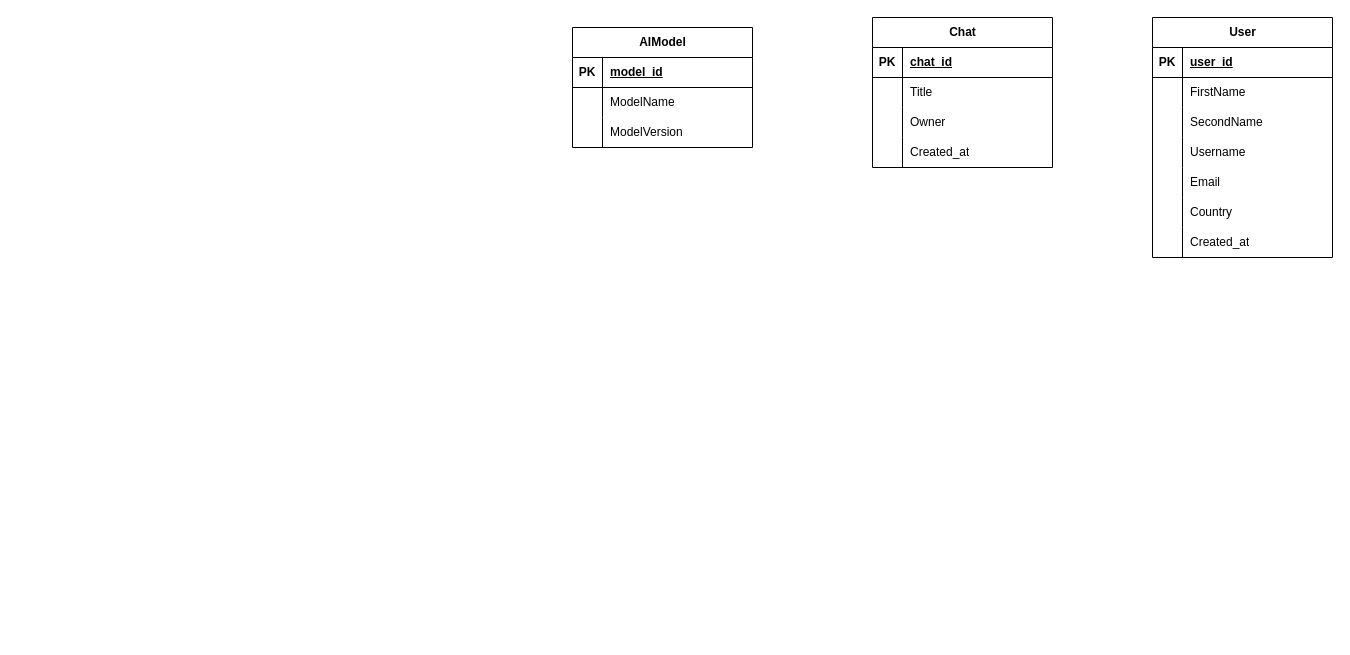
Before: semestr4/Database organization/labs/lab1/ERD_test.drawio in davidchyk/university_roadmap, a draw.io diagram. Source tidied: cells renumbered, new cells numbered last; positions are measured from the earlier drawing's top-left corner, leaving out a move shared by most shapes. Both pictures are drawn from the tidied source at 100%, with x=0, y=0 at pixel (572, 17).
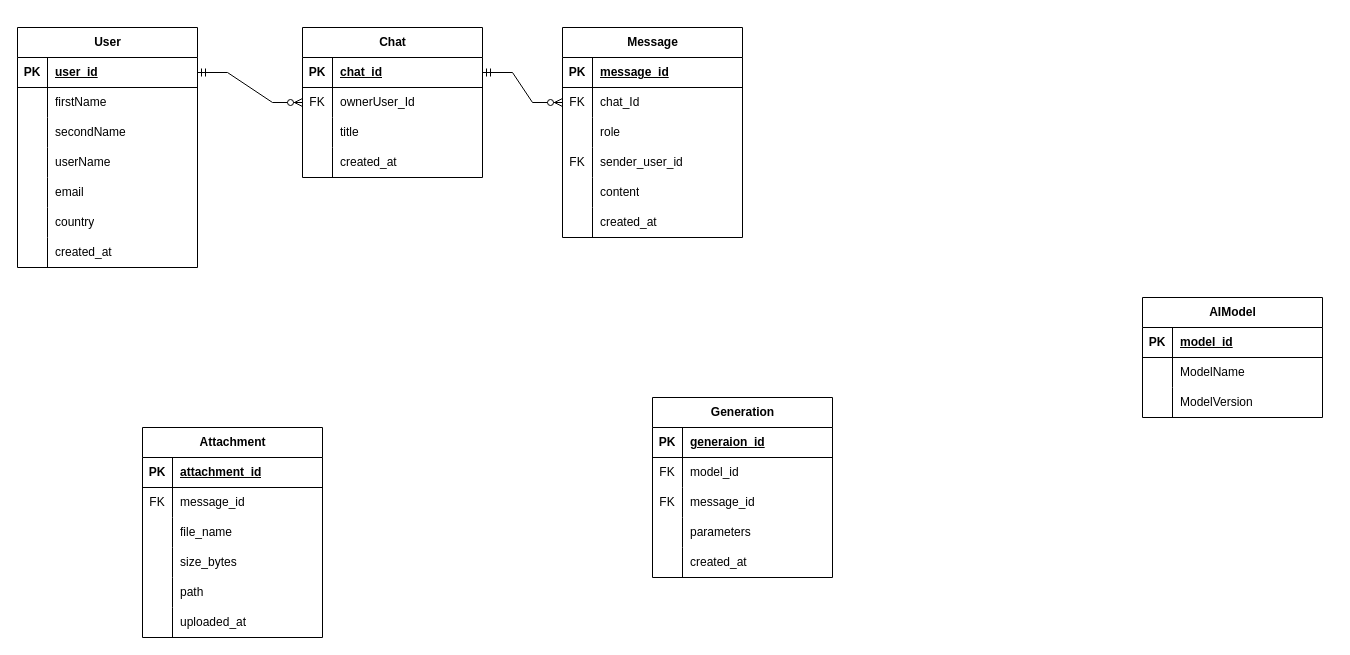
The same diagram, later.

Commit message (it also covers changes not shown here):
.gitignore (added glob *.dtmp), CA1: 1st kolok, db: stashed er diagram

The change refers to these unchanged cells:
```xml
<mxCell id="3" style="shape=tableRow;horizontal=0;startSize=0;swimlaneHead=0;swimlaneBody=0;fillColor=none;points=[[0,0.5],[1,0.5]];portConstraint=eastwest;top=0;left=0;right=0;bottom=1;" parent="2" vertex="1">
  <mxGeometry y="30" width="180" height="30" as="geometry" />
</mxCell>
<mxCell id="6" style="shape=tableRow;horizontal=0;startSize=0;swimlaneHead=0;swimlaneBody=0;fillColor=none;top=0;left=0;right=0;bottom=0;" parent="2" vertex="1">
  <mxGeometry y="60" width="180" height="30" as="geometry" />
</mxCell>
<mxCell id="9" style="shape=tableRow;horizontal=0;startSize=0;swimlaneHead=0;swimlaneBody=0;fillColor=none;top=0;left=0;right=0;bottom=0;" parent="2" vertex="1">
  <mxGeometry y="90" width="180" height="30" as="geometry" />
</mxCell>
<mxCell id="12" style="shape=tableRow;horizontal=0;startSize=0;swimlaneHead=0;swimlaneBody=0;fillColor=none;top=0;left=0;right=0;bottom=0;" parent="2" vertex="1">
  <mxGeometry y="120" width="180" height="30" as="geometry" />
</mxCell>
<mxCell id="15" style="shape=tableRow;horizontal=0;startSize=0;swimlaneHead=0;swimlaneBody=0;fillColor=none;top=0;left=0;right=0;bottom=0;" parent="2" vertex="1">
  <mxGeometry y="150" width="180" height="30" as="geometry" />
</mxCell>
<mxCell id="18" style="shape=tableRow;horizontal=0;startSize=0;swimlaneHead=0;swimlaneBody=0;fillColor=none;top=0;left=0;right=0;bottom=0;" parent="2" vertex="1">
  <mxGeometry y="180" width="180" height="30" as="geometry" />
</mxCell>
<mxCell id="21" style="shape=tableRow;horizontal=0;startSize=0;swimlaneHead=0;swimlaneBody=0;fillColor=none;top=0;left=0;right=0;bottom=0;" parent="2" vertex="1">
  <mxGeometry y="210" width="180" height="30" as="geometry" />
</mxCell>
<mxCell id="35" style="shape=tableRow;horizontal=0;startSize=0;swimlaneHead=0;swimlaneBody=0;fillColor=none;points=[[0,0.5],[1,0.5]];portConstraint=eastwest;top=0;left=0;right=0;bottom=1;" parent="34" vertex="1">
  <mxGeometry y="30" width="180" height="30" as="geometry" />
</mxCell>
<mxCell id="38" style="shape=tableRow;horizontal=0;startSize=0;swimlaneHead=0;swimlaneBody=0;fillColor=none;points=[[0,0.5],[1,0.5]];portConstraint=eastwest;top=0;left=0;right=0;bottom=0;" parent="34" vertex="1">
  <mxGeometry y="60" width="180" height="30" as="geometry" />
</mxCell>
<mxCell id="41" style="shape=tableRow;horizontal=0;startSize=0;swimlaneHead=0;swimlaneBody=0;fillColor=none;top=0;left=0;right=0;bottom=0;" parent="34" vertex="1">
  <mxGeometry y="90" width="180" height="30" as="geometry" />
</mxCell>
<mxCell id="44" style="shape=tableRow;horizontal=0;startSize=0;swimlaneHead=0;swimlaneBody=0;fillColor=none;top=0;left=0;right=0;bottom=0;" parent="34" vertex="1">
  <mxGeometry y="120" width="180" height="30" as="geometry" />
</mxCell>
```

Change to the diagram source:
```diff
@@
     <mxCell id="2" value="User" style="shape=table;startSize=30;childLayout=tableLayout;rowLines=0;fontStyle=1;align=center;html=1;" parent="1" vertex="1">
-      <mxGeometry x="580" width="180" height="240" as="geometry" />
+      <mxGeometry x="-555" y="10" width="180" height="240" as="geometry" />
     </mxCell>
@@
-    <mxCell id="8" value="FirstName" style="shape=partialRectangle;fillColor=none;top=0;left=0;bottom=0;right=0;align=left;spacingLeft=6;overflow=hidden;whiteSpace=wrap;html=1;" parent="6" vertex="1">
+    <mxCell id="8" value="firstName" style="shape=partialRectangle;fillColor=none;top=0;left=0;bottom=0;right=0;align=left;spacingLeft=6;overflow=hidden;whiteSpace=wrap;html=1;" parent="6" vertex="1">
       <mxGeometry x="30" width="150" height="30" as="geometry" />
     </mxCell>
@@
-    <mxCell id="11" value="SecondName" style="shape=partialRectangle;fillColor=none;top=0;left=0;bottom=0;right=0;align=left;spacingLeft=6;overflow=hidden;whiteSpace=wrap;html=1;" parent="9" vertex="1">
+    <mxCell id="11" value="secondName" style="shape=partialRectangle;fillColor=none;top=0;left=0;bottom=0;right=0;align=left;spacingLeft=6;overflow=hidden;whiteSpace=wrap;html=1;" parent="9" vertex="1">
       <mxGeometry x="30" width="150" height="30" as="geometry" />
     </mxCell>
@@
-    <mxCell id="14" value="Username" style="shape=partialRectangle;fillColor=none;top=0;left=0;bottom=0;right=0;align=left;spacingLeft=6;overflow=hidden;whiteSpace=wrap;html=1;" parent="12" vertex="1">
+    <mxCell id="14" value="userName" style="shape=partialRectangle;fillColor=none;top=0;left=0;bottom=0;right=0;align=left;spacingLeft=6;overflow=hidden;whiteSpace=wrap;html=1;" parent="12" vertex="1">
       <mxGeometry x="30" width="150" height="30" as="geometry" />
     </mxCell>
@@
-    <mxCell id="17" value="Email" style="shape=partialRectangle;fillColor=none;top=0;left=0;bottom=0;right=0;align=left;spacingLeft=6;overflow=hidden;whiteSpace=wrap;html=1;" parent="15" vertex="1">
+    <mxCell id="17" value="e&lt;span style=&quot;background-color: transparent; color: light-dark(rgb(0, 0, 0), rgb(255, 255, 255));&quot;&gt;mail&lt;/span&gt;" style="shape=partialRectangle;fillColor=none;top=0;left=0;bottom=0;right=0;align=left;spacingLeft=6;overflow=hidden;whiteSpace=wrap;html=1;" parent="15" vertex="1">
       <mxGeometry x="30" width="150" height="30" as="geometry" />
     </mxCell>
@@
-    <mxCell id="20" value="Country" style="shape=partialRectangle;fillColor=none;top=0;left=0;bottom=0;right=0;align=left;spacingLeft=6;overflow=hidden;whiteSpace=wrap;html=1;" parent="18" vertex="1">
+    <mxCell id="20" value="country" style="shape=partialRectangle;fillColor=none;top=0;left=0;bottom=0;right=0;align=left;spacingLeft=6;overflow=hidden;whiteSpace=wrap;html=1;" parent="18" vertex="1">
       <mxGeometry x="30" width="150" height="30" as="geometry" />
     </mxCell>
@@
-    <mxCell id="23" value="Created_at" style="shape=partialRectangle;fillColor=none;top=0;left=0;bottom=0;right=0;align=left;spacingLeft=6;overflow=hidden;whiteSpace=wrap;html=1;" parent="21" vertex="1">
+    <mxCell id="23" value="created_at" style="shape=partialRectangle;fillColor=none;top=0;left=0;bottom=0;right=0;align=left;spacingLeft=6;overflow=hidden;whiteSpace=wrap;html=1;" parent="21" vertex="1">
       <mxGeometry x="30" width="150" height="30" as="geometry" />
     </mxCell>
     <mxCell id="24" value="AIModel" style="shape=table;startSize=30;childLayout=tableLayout;rowLines=0;fontStyle=1;align=center;html=1;" parent="1" vertex="1">
-      <mxGeometry y="10" width="180" height="120" as="geometry" />
+      <mxGeometry x="570" y="280" width="180" height="120" as="geometry" />
     </mxCell>
@@
     <mxCell id="34" value="Chat" style="shape=table;startSize=30;childLayout=tableLayout;rowLines=0;fontStyle=1;align=center;html=1;" parent="1" vertex="1">
-      <mxGeometry x="300" width="180" height="150" as="geometry" />
+      <mxGeometry x="-270" y="10" width="180" height="150" as="geometry" />
     </mxCell>
@@
-    <mxCell id="39" style="shape=partialRectangle;fillColor=none;top=0;left=0;bottom=0;right=0;overflow=hidden;whiteSpace=wrap;html=1;" parent="38" vertex="1">
+    <mxCell id="39" value="FK" style="shape=partialRectangle;fillColor=none;top=0;left=0;bottom=0;right=0;overflow=hidden;whiteSpace=wrap;html=1;" parent="38" vertex="1">
       <mxGeometry width="30" height="30" as="geometry" />
     </mxCell>
-    <mxCell id="40" value="Title" style="shape=partialRectangle;fillColor=none;top=0;left=0;bottom=0;right=0;align=left;spacingLeft=6;overflow=hidden;whiteSpace=wrap;html=1;" parent="38" vertex="1">
+    <mxCell id="40" value="ownerUser_Id" style="shape=partialRectangle;fillColor=none;top=0;left=0;bottom=0;right=0;align=left;spacingLeft=6;overflow=hidden;whiteSpace=wrap;html=1;" parent="38" vertex="1">
       <mxGeometry x="30" width="150" height="30" as="geometry" />
     </mxCell>
@@
-    <mxCell id="43" value="Owner" style="shape=partialRectangle;fillColor=none;top=0;left=0;bottom=0;right=0;align=left;spacingLeft=6;overflow=hidden;whiteSpace=wrap;html=1;" parent="41" vertex="1">
+    <mxCell id="43" value="title" style="shape=partialRectangle;fillColor=none;top=0;left=0;bottom=0;right=0;align=left;spacingLeft=6;overflow=hidden;whiteSpace=wrap;html=1;" parent="41" vertex="1">
       <mxGeometry x="30" width="150" height="30" as="geometry" />
     </mxCell>
@@
-    <mxCell id="46" value="Created_at" style="shape=partialRectangle;fillColor=none;top=0;left=0;bottom=0;right=0;align=left;spacingLeft=6;overflow=hidden;whiteSpace=wrap;html=1;" parent="44" vertex="1">
+    <mxCell id="46" value="created_at" style="shape=partialRectangle;fillColor=none;top=0;left=0;bottom=0;right=0;align=left;spacingLeft=6;overflow=hidden;whiteSpace=wrap;html=1;" parent="44" vertex="1">
       <mxGeometry x="30" width="150" height="30" as="geometry" />
     </mxCell>
+    <mxCell id="47" value="Message" style="shape=table;startSize=30;childLayout=tableLayout;rowLines=0;fontStyle=1;align=center;html=1;" parent="1" vertex="1">
+      <mxGeometry x="-10" y="10" width="180" height="210" as="geometry" />
+    </mxCell>
+    <mxCell id="48" style="shape=tableRow;horizontal=0;startSize=0;swimlaneHead=0;swimlaneBody=0;fillColor=none;top=0;left=0;right=0;bottom=1;" parent="47" vertex="1">
+      <mxGeometry y="30" width="180" height="30" as="geometry" />
+    </mxCell>
+    <mxCell id="49" value="PK" style="shape=partialRectangle;fillColor=none;top=0;left=0;bottom=0;right=0;fontStyle=1;overflow=hidden;whiteSpace=wrap;html=1;" parent="48" vertex="1">
+      <mxGeometry width="30" height="30" as="geometry" />
+    </mxCell>
+    <mxCell id="50" value="message_id" style="shape=partialRectangle;fillColor=none;top=0;left=0;bottom=0;right=0;align=left;spacingLeft=6;fontStyle=5;overflow=hidden;whiteSpace=wrap;html=1;" parent="48" vertex="1">
+      <mxGeometry x="30" width="150" height="30" as="geometry" />
+    </mxCell>
+    <mxCell id="51" style="shape=tableRow;horizontal=0;startSize=0;swimlaneHead=0;swimlaneBody=0;fillColor=none;points=[[0,0.5],[1,0.5]];portConstraint=eastwest;top=0;left=0;right=0;bottom=0;" parent="47" vertex="1">
+      <mxGeometry y="60" width="180" height="30" as="geometry" />
+    </mxCell>
+    <mxCell id="52" value="FK" style="shape=partialRectangle;fillColor=none;top=0;left=0;bottom=0;right=0;overflow=hidden;whiteSpace=wrap;html=1;" parent="51" vertex="1">
+      <mxGeometry width="30" height="30" as="geometry" />
+    </mxCell>
+    <mxCell id="53" value="chat_Id " style="shape=partialRectangle;fillColor=none;top=0;left=0;bottom=0;right=0;align=left;spacingLeft=6;overflow=hidden;whiteSpace=wrap;html=1;" parent="51" vertex="1">
+      <mxGeometry x="30" width="150" height="30" as="geometry" />
+    </mxCell>
+    <mxCell id="54" style="shape=tableRow;horizontal=0;startSize=0;swimlaneHead=0;swimlaneBody=0;fillColor=none;top=0;left=0;right=0;bottom=0;" parent="47" vertex="1">
+      <mxGeometry y="90" width="180" height="30" as="geometry" />
+    </mxCell>
+    <mxCell id="55" style="shape=partialRectangle;fillColor=none;top=0;left=0;bottom=0;right=0;overflow=hidden;whiteSpace=wrap;html=1;" parent="54" vertex="1">
+      <mxGeometry width="30" height="30" as="geometry" />
+    </mxCell>
+    <mxCell id="56" value="role" style="shape=partialRectangle;fillColor=none;top=0;left=0;bottom=0;right=0;align=left;spacingLeft=6;overflow=hidden;whiteSpace=wrap;html=1;" parent="54" vertex="1">
+      <mxGeometry x="30" width="150" height="30" as="geometry" />
+    </mxCell>
+    <mxCell id="57" style="shape=tableRow;horizontal=0;startSize=0;swimlaneHead=0;swimlaneBody=0;fillColor=none;top=0;left=0;right=0;bottom=0;" parent="47" vertex="1">
+      <mxGeometry y="120" width="180" height="30" as="geometry" />
+    </mxCell>
+    <mxCell id="58" value="FK" style="shape=partialRectangle;fillColor=none;top=0;left=0;bottom=0;right=0;overflow=hidden;whiteSpace=wrap;html=1;" parent="57" vertex="1">
+      <mxGeometry width="30" height="30" as="geometry" />
+    </mxCell>
+    <mxCell id="59" value="sender_user_id" style="shape=partialRectangle;fillColor=none;top=0;left=0;bottom=0;right=0;align=left;spacingLeft=6;overflow=hidden;whiteSpace=wrap;html=1;" parent="57" vertex="1">
+      <mxGeometry x="30" width="150" height="30" as="geometry" />
+    </mxCell>
+    <mxCell id="60" style="shape=tableRow;horizontal=0;startSize=0;swimlaneHead=0;swimlaneBody=0;fillColor=none;top=0;left=0;right=0;bottom=0;" parent="47" vertex="1">
+      <mxGeometry y="150" width="180" height="30" as="geometry" />
+    </mxCell>
+    <mxCell id="61" style="shape=partialRectangle;fillColor=none;top=0;left=0;bottom=0;right=0;overflow=hidden;whiteSpace=wrap;html=1;" parent="60" vertex="1">
+      <mxGeometry width="30" height="30" as="geometry" />
+    </mxCell>
+    <mxCell id="62" value="content" style="shape=partialRectangle;fillColor=none;top=0;left=0;bottom=0;right=0;align=left;spacingLeft=6;overflow=hidden;whiteSpace=wrap;html=1;" parent="60" vertex="1">
+      <mxGeometry x="30" width="150" height="30" as="geometry" />
+    </mxCell>
+    <mxCell id="63" style="shape=tableRow;horizontal=0;startSize=0;swimlaneHead=0;swimlaneBody=0;fillColor=none;top=0;left=0;right=0;bottom=0;" parent="47" vertex="1">
+      <mxGeometry y="180" width="180" height="30" as="geometry" />
+    </mxCell>
+    <mxCell id="64" style="shape=partialRectangle;fillColor=none;top=0;left=0;bottom=0;right=0;overflow=hidden;whiteSpace=wrap;html=1;" parent="63" vertex="1">
+      <mxGeometry width="30" height="30" as="geometry" />
+    </mxCell>
+    <mxCell id="65" value="created_at" style="shape=partialRectangle;fillColor=none;top=0;left=0;bottom=0;right=0;align=left;spacingLeft=6;overflow=hidden;whiteSpace=wrap;html=1;" parent="63" vertex="1">
+      <mxGeometry x="30" width="150" height="30" as="geometry" />
+    </mxCell>
+    <mxCell id="66" value="Attachment" style="shape=table;startSize=30;childLayout=tableLayout;rowLines=0;fontStyle=1;align=center;html=1;" parent="1" vertex="1">
+      <mxGeometry x="-430" y="410" width="180" height="210" as="geometry" />
+    </mxCell>
+    <mxCell id="67" style="shape=tableRow;horizontal=0;startSize=0;swimlaneHead=0;swimlaneBody=0;fillColor=none;top=0;left=0;right=0;bottom=1;" parent="66" vertex="1">
+      <mxGeometry y="30" width="180" height="30" as="geometry" />
+    </mxCell>
+    <mxCell id="68" value="PK" style="shape=partialRectangle;fillColor=none;top=0;left=0;bottom=0;right=0;fontStyle=1;overflow=hidden;whiteSpace=wrap;html=1;" parent="67" vertex="1">
+      <mxGeometry width="30" height="30" as="geometry" />
+    </mxCell>
+    <mxCell id="69" value="attachment_id" style="shape=partialRectangle;fillColor=none;top=0;left=0;bottom=0;right=0;align=left;spacingLeft=6;fontStyle=5;overflow=hidden;whiteSpace=wrap;html=1;" parent="67" vertex="1">
+      <mxGeometry x="30" width="150" height="30" as="geometry" />
+    </mxCell>
+    <mxCell id="70" style="shape=tableRow;horizontal=0;startSize=0;swimlaneHead=0;swimlaneBody=0;fillColor=none;top=0;left=0;right=0;bottom=0;" parent="66" vertex="1">
+      <mxGeometry y="60" width="180" height="30" as="geometry" />
+    </mxCell>
+    <mxCell id="71" value="FK" style="shape=partialRectangle;fillColor=none;top=0;left=0;bottom=0;right=0;overflow=hidden;whiteSpace=wrap;html=1;" parent="70" vertex="1">
+      <mxGeometry width="30" height="30" as="geometry" />
+    </mxCell>
+    <mxCell id="72" value="message_id  " style="shape=partialRectangle;fillColor=none;top=0;left=0;bottom=0;right=0;align=left;spacingLeft=6;overflow=hidden;whiteSpace=wrap;html=1;" parent="70" vertex="1">
+      <mxGeometry x="30" width="150" height="30" as="geometry" />
+    </mxCell>
+    <mxCell id="73" style="shape=tableRow;horizontal=0;startSize=0;swimlaneHead=0;swimlaneBody=0;fillColor=none;top=0;left=0;right=0;bottom=0;" parent="66" vertex="1">
+      <mxGeometry y="90" width="180" height="30" as="geometry" />
+    </mxCell>
+    <mxCell id="74" style="shape=partialRectangle;fillColor=none;top=0;left=0;bottom=0;right=0;overflow=hidden;whiteSpace=wrap;html=1;" parent="73" vertex="1">
+      <mxGeometry width="30" height="30" as="geometry" />
+    </mxCell>
+    <mxCell id="75" value="file_name" style="shape=partialRectangle;fillColor=none;top=0;left=0;bottom=0;right=0;align=left;spacingLeft=6;overflow=hidden;whiteSpace=wrap;html=1;" parent="73" vertex="1">
+      <mxGeometry x="30" width="150" height="30" as="geometry" />
+    </mxCell>
+    <mxCell id="76" style="shape=tableRow;horizontal=0;startSize=0;swimlaneHead=0;swimlaneBody=0;fillColor=none;top=0;left=0;right=0;bottom=0;" parent="66" vertex="1">
+      <mxGeometry y="120" width="180" height="30" as="geometry" />
+    </mxCell>
+    <mxCell id="77" style="shape=partialRectangle;fillColor=none;top=0;left=0;bottom=0;right=0;overflow=hidden;whiteSpace=wrap;html=1;" parent="76" vertex="1">
+      <mxGeometry width="30" height="30" as="geometry" />
+    </mxCell>
+    <mxCell id="78" value="size_bytes" style="shape=partialRectangle;fillColor=none;top=0;left=0;bottom=0;right=0;align=left;spacingLeft=6;overflow=hidden;whiteSpace=wrap;html=1;" parent="76" vertex="1">
+      <mxGeometry x="30" width="150" height="30" as="geometry" />
+    </mxCell>
+    <mxCell id="79" style="shape=tableRow;horizontal=0;startSize=0;swimlaneHead=0;swimlaneBody=0;fillColor=none;top=0;left=0;right=0;bottom=0;" parent="66" vertex="1">
+      <mxGeometry y="150" width="180" height="30" as="geometry" />
+    </mxCell>
+    <mxCell id="80" style="shape=partialRectangle;fillColor=none;top=0;left=0;bottom=0;right=0;overflow=hidden;whiteSpace=wrap;html=1;" parent="79" vertex="1">
+      <mxGeometry width="30" height="30" as="geometry" />
+    </mxCell>
+    <mxCell id="81" value="path" style="shape=partialRectangle;fillColor=none;top=0;left=0;bottom=0;right=0;align=left;spacingLeft=6;overflow=hidden;whiteSpace=wrap;html=1;" parent="79" vertex="1">
+      <mxGeometry x="30" width="150" height="30" as="geometry" />
+    </mxCell>
+    <mxCell id="82" style="shape=tableRow;horizontal=0;startSize=0;swimlaneHead=0;swimlaneBody=0;fillColor=none;top=0;left=0;right=0;bottom=0;" parent="66" vertex="1">
+      <mxGeometry y="180" width="180" height="30" as="geometry" />
+    </mxCell>
+    <mxCell id="83" style="shape=partialRectangle;fillColor=none;top=0;left=0;bottom=0;right=0;overflow=hidden;whiteSpace=wrap;html=1;" parent="82" vertex="1">
+      <mxGeometry width="30" height="30" as="geometry" />
+    </mxCell>
+    <mxCell id="84" value="uploaded_at" style="shape=partialRectangle;fillColor=none;top=0;left=0;bottom=0;right=0;align=left;spacingLeft=6;overflow=hidden;whiteSpace=wrap;html=1;" parent="82" vertex="1">
+      <mxGeometry x="30" width="150" height="30" as="geometry" />
+    </mxCell>
+    <mxCell id="85" value="Generation" style="shape=table;startSize=30;childLayout=tableLayout;rowLines=0;fontStyle=1;align=center;html=1;" parent="1" vertex="1">
+      <mxGeometry x="80" y="380" width="180" height="180" as="geometry" />
+    </mxCell>
+    <mxCell id="86" style="shape=tableRow;horizontal=0;startSize=0;swimlaneHead=0;swimlaneBody=0;fillColor=none;top=0;left=0;right=0;bottom=1;" parent="85" vertex="1">
+      <mxGeometry y="30" width="180" height="30" as="geometry" />
+    </mxCell>
+    <mxCell id="87" value="PK" style="shape=partialRectangle;fillColor=none;top=0;left=0;bottom=0;right=0;fontStyle=1;overflow=hidden;whiteSpace=wrap;html=1;" parent="86" vertex="1">
+      <mxGeometry width="30" height="30" as="geometry" />
+    </mxCell>
+    <mxCell id="88" value="generaion_id" style="shape=partialRectangle;fillColor=none;top=0;left=0;bottom=0;right=0;align=left;spacingLeft=6;fontStyle=5;overflow=hidden;whiteSpace=wrap;html=1;" parent="86" vertex="1">
+      <mxGeometry x="30" width="150" height="30" as="geometry" />
+    </mxCell>
+    <mxCell id="89" style="shape=tableRow;horizontal=0;startSize=0;swimlaneHead=0;swimlaneBody=0;fillColor=none;top=0;left=0;right=0;bottom=0;" parent="85" vertex="1">
+      <mxGeometry y="60" width="180" height="30" as="geometry" />
+    </mxCell>
+    <mxCell id="90" value="FK" style="shape=partialRectangle;fillColor=none;top=0;left=0;bottom=0;right=0;overflow=hidden;whiteSpace=wrap;html=1;" parent="89" vertex="1">
+      <mxGeometry width="30" height="30" as="geometry" />
+    </mxCell>
+    <mxCell id="91" value="model_id" style="shape=partialRectangle;fillColor=none;top=0;left=0;bottom=0;right=0;align=left;spacingLeft=6;overflow=hidden;whiteSpace=wrap;html=1;" parent="89" vertex="1">
+      <mxGeometry x="30" width="150" height="30" as="geometry" />
+    </mxCell>
+    <mxCell id="92" style="shape=tableRow;horizontal=0;startSize=0;swimlaneHead=0;swimlaneBody=0;fillColor=none;top=0;left=0;right=0;bottom=0;" parent="85" vertex="1">
+      <mxGeometry y="90" width="180" height="30" as="geometry" />
+    </mxCell>
+    <mxCell id="93" value="FK" style="shape=partialRectangle;fillColor=none;top=0;left=0;bottom=0;right=0;overflow=hidden;whiteSpace=wrap;html=1;" parent="92" vertex="1">
+      <mxGeometry width="30" height="30" as="geometry" />
+    </mxCell>
+    <mxCell id="94" value="message_id" style="shape=partialRectangle;fillColor=none;top=0;left=0;bottom=0;right=0;align=left;spacingLeft=6;overflow=hidden;whiteSpace=wrap;html=1;" parent="92" vertex="1">
+      <mxGeometry x="30" width="150" height="30" as="geometry" />
+    </mxCell>
+    <mxCell id="95" style="shape=tableRow;horizontal=0;startSize=0;swimlaneHead=0;swimlaneBody=0;fillColor=none;top=0;left=0;right=0;bottom=0;" parent="85" vertex="1">
+      <mxGeometry y="120" width="180" height="30" as="geometry" />
+    </mxCell>
+    <mxCell id="96" style="shape=partialRectangle;fillColor=none;top=0;left=0;bottom=0;right=0;overflow=hidden;whiteSpace=wrap;html=1;" parent="95" vertex="1">
+      <mxGeometry width="30" height="30" as="geometry" />
+    </mxCell>
+    <mxCell id="97" value="parameters" style="shape=partialRectangle;fillColor=none;top=0;left=0;bottom=0;right=0;align=left;spacingLeft=6;overflow=hidden;whiteSpace=wrap;html=1;" parent="95" vertex="1">
+      <mxGeometry x="30" width="150" height="30" as="geometry" />
+    </mxCell>
+    <mxCell id="98" style="shape=tableRow;horizontal=0;startSize=0;swimlaneHead=0;swimlaneBody=0;fillColor=none;top=0;left=0;right=0;bottom=0;" parent="85" vertex="1">
+      <mxGeometry y="150" width="180" height="30" as="geometry" />
+    </mxCell>
+    <mxCell id="99" style="shape=partialRectangle;fillColor=none;top=0;left=0;bottom=0;right=0;overflow=hidden;whiteSpace=wrap;html=1;" parent="98" vertex="1">
+      <mxGeometry width="30" height="30" as="geometry" />
+    </mxCell>
+    <mxCell id="100" value="created_at" style="shape=partialRectangle;fillColor=none;top=0;left=0;bottom=0;right=0;align=left;spacingLeft=6;overflow=hidden;whiteSpace=wrap;html=1;" parent="98" vertex="1">
+      <mxGeometry x="30" width="150" height="30" as="geometry" />
+    </mxCell>
+    <mxCell id="101" style="edgeStyle=entityRelationEdgeStyle;fontSize=12;html=1;endArrow=ERzeroToMany;startArrow=ERmandOne;rounded=0;exitX=1;exitY=0.5;exitDx=0;exitDy=0;entryX=0;entryY=0.5;entryDx=0;entryDy=0;" parent="1" edge="1" source="3" target="38">
+      <mxGeometry relative="1" as="geometry" />
+    </mxCell>
+    <mxCell id="102" style="edgeStyle=entityRelationEdgeStyle;fontSize=12;html=1;endArrow=ERzeroToMany;startArrow=ERmandOne;rounded=0;exitX=1;exitY=0.5;exitDx=0;exitDy=0;entryX=0;entryY=0.5;entryDx=0;entryDy=0;" parent="1" edge="1" source="35" target="51">
+      <mxGeometry relative="1" as="geometry" />
+    </mxCell>
```
